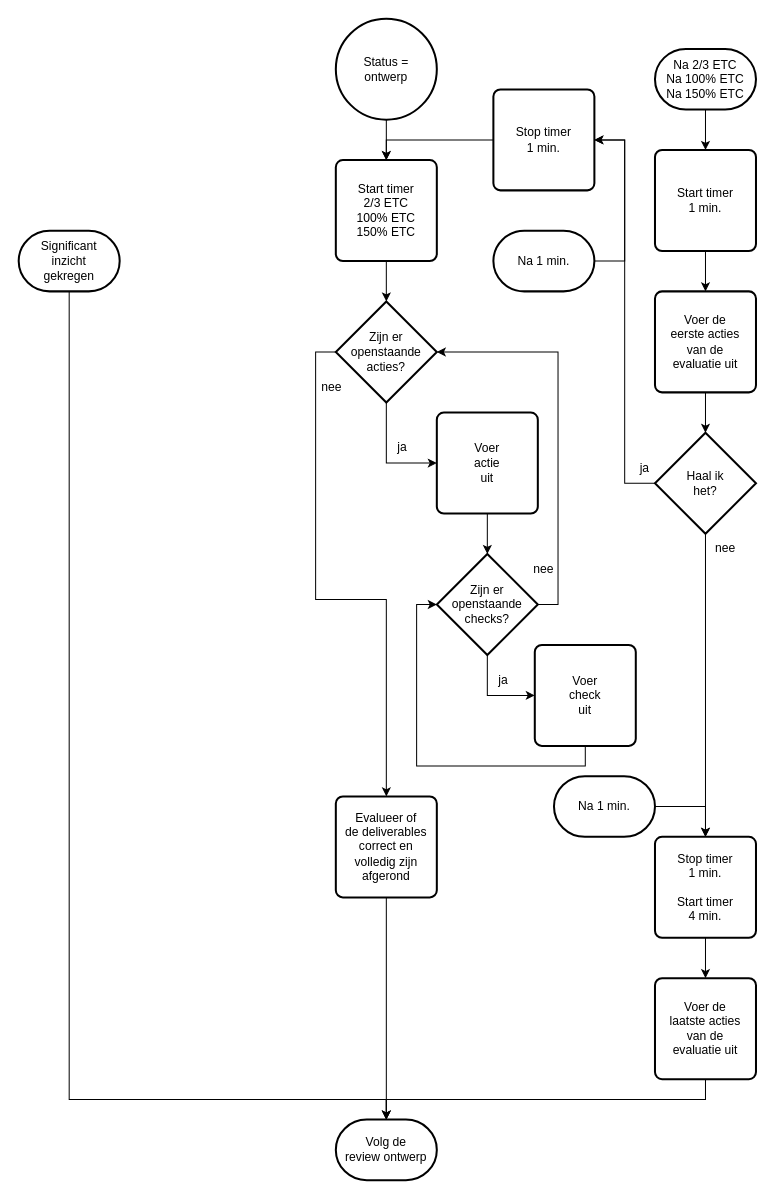
Earlier version of the draw.io diagram 5 Issue Tracker ontwerp.drawio (Zaibatsu89/IssueTracker). Source tidied: cells renumbered, new cells numbered last; positions are measured from the earlier drawing's top-left corner, leaving out a move shared by most shapes. Both pictures are drawn from the tidied source at 101%, with x=0, y=0 at pixel (18, 18).
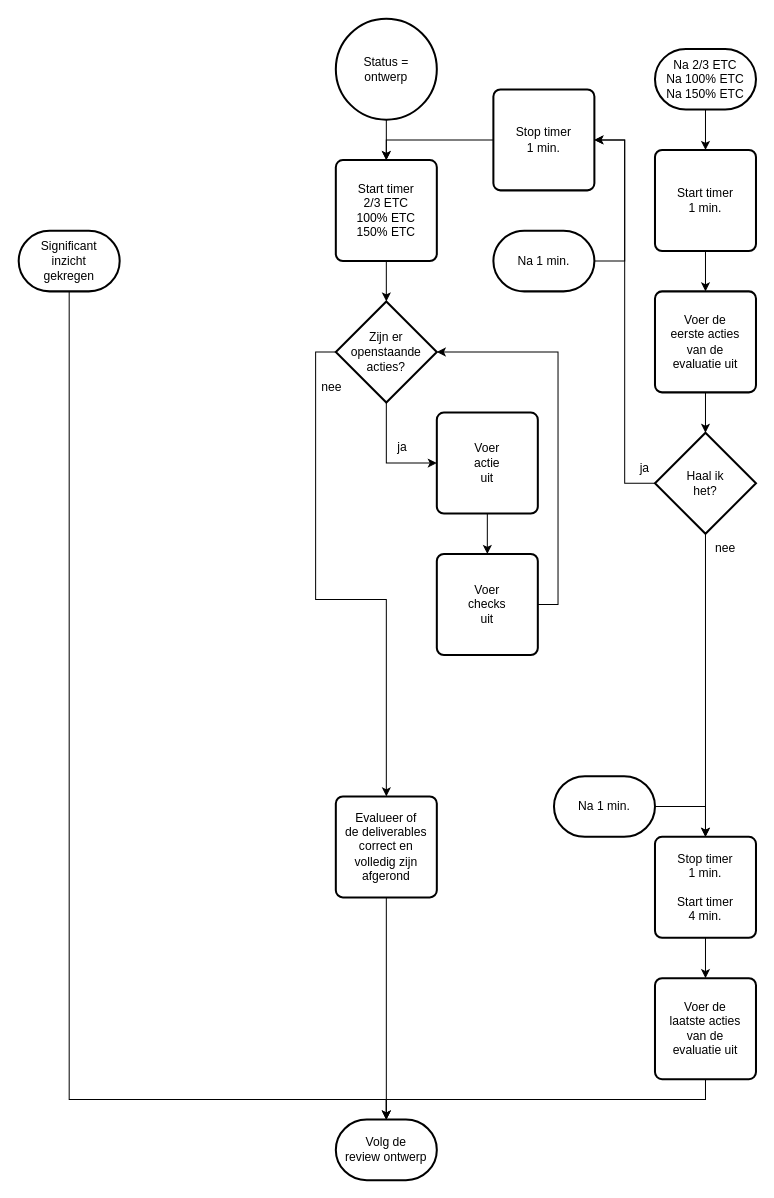
After the change.

Commit message (it also covers changes not shown here):
flowcharts: voer checks uit

Unchanged cells that the change refers to:
```xml
<mxCell id="33" value="Zijn er&lt;br&gt;openstaande&lt;br&gt;acties?" style="strokeWidth=2;html=1;shape=mxgraph.flowchart.decision;whiteSpace=wrap;" parent="1" vertex="1">
  <mxGeometry x="314" y="280" width="100" height="100" as="geometry" />
</mxCell>
<mxCell id="40" value="Voer&lt;br&gt;actie&lt;br&gt;uit" style="rounded=1;whiteSpace=wrap;html=1;absoluteArcSize=1;arcSize=14;strokeWidth=2;" parent="1" vertex="1">
  <mxGeometry x="414" y="390" width="100" height="100" as="geometry" />
</mxCell>
```

Change to the diagram source:
```diff
@@
-    <mxCell id="34" style="edgeStyle=orthogonalEdgeStyle;rounded=0;jettySize=auto;html=1;exitX=0.5;exitY=1;exitDx=0;exitDy=0;entryX=0;entryY=0.5;entryDx=0;entryDy=0;exitPerimeter=0;" parent="1" edge="1" source="35" target="37">
-      <mxGeometry relative="1" as="geometry" />
-    </mxCell>
-    <mxCell id="35" value="Zijn er&lt;br&gt;openstaande&lt;br&gt;checks?" style="strokeWidth=2;html=1;shape=mxgraph.flowchart.decision;whiteSpace=wrap;" parent="1" vertex="1">
-      <mxGeometry x="414" y="530" width="100" height="100" as="geometry" />
-    </mxCell>
-    <mxCell id="36" value="ja" style="text;html=1;whiteSpace=wrap;strokeColor=none;fillColor=none;align=center;verticalAlign=middle;rounded=0;" parent="1" vertex="1">
-      <mxGeometry x="450" y="640" width="60" height="30" as="geometry" />
-    </mxCell>
-    <mxCell id="37" value="Voer&lt;br&gt;check&lt;br&gt;uit" style="rounded=1;whiteSpace=wrap;html=1;absoluteArcSize=1;arcSize=14;strokeWidth=2;" parent="1" vertex="1">
-      <mxGeometry x="511" y="620" width="100" height="100" as="geometry" />
+    <mxCell id="37" value="Voer&lt;br&gt;checks&lt;br&gt;uit" style="rounded=1;whiteSpace=wrap;html=1;absoluteArcSize=1;arcSize=14;strokeWidth=2;" parent="1" vertex="1">
+      <mxGeometry x="414" y="530" width="100" height="100" as="geometry" />
     </mxCell>
@@
-    <mxCell id="39" style="edgeStyle=orthogonalEdgeStyle;rounded=0;jettySize=auto;html=1;" parent="1" edge="1" source="40" target="35">
-      <mxGeometry relative="1" as="geometry" />
+    <mxCell id="39" style="edgeStyle=orthogonalEdgeStyle;rounded=0;jettySize=auto;html=1;" parent="1" edge="1" source="40">
+      <mxGeometry relative="1" as="geometry">
+        <mxPoint x="464" y="530" as="targetPoint" />
+      </mxGeometry>
     </mxCell>
@@
-    <mxCell id="41" value="nee" style="text;html=1;whiteSpace=wrap;strokeColor=none;fillColor=none;align=center;verticalAlign=middle;rounded=0;" parent="1" vertex="1">
-      <mxGeometry x="490" y="530" width="60" height="30" as="geometry" />
-    </mxCell>
@@
-    <mxCell id="43" style="edgeStyle=orthogonalEdgeStyle;rounded=0;jettySize=auto;html=1;exitX=0.5;exitY=1;exitDx=0;exitDy=0;entryX=0;entryY=0.5;entryDx=0;entryDy=0;entryPerimeter=0;" parent="1" edge="1" source="37" target="35">
-      <mxGeometry relative="1" as="geometry" />
-    </mxCell>
-    <mxCell id="44" style="edgeStyle=orthogonalEdgeStyle;rounded=0;jettySize=auto;html=1;exitX=1;exitY=0.5;exitDx=0;exitDy=0;exitPerimeter=0;entryX=1;entryY=0.5;entryDx=0;entryDy=0;entryPerimeter=0;" parent="1" edge="1" source="35" target="33">
-      <mxGeometry relative="1" as="geometry" />
-    </mxCell>
@@
+    <mxCell id="46" style="edgeStyle=orthogonalEdgeStyle;rounded=0;jettySize=auto;html=1;exitX=1;exitY=0.5;exitDx=0;exitDy=0;entryX=1;entryY=0.5;entryDx=0;entryDy=0;entryPerimeter=0;" parent="1" edge="1" source="37" target="33">
+      <mxGeometry relative="1" as="geometry" />
+    </mxCell>
```
